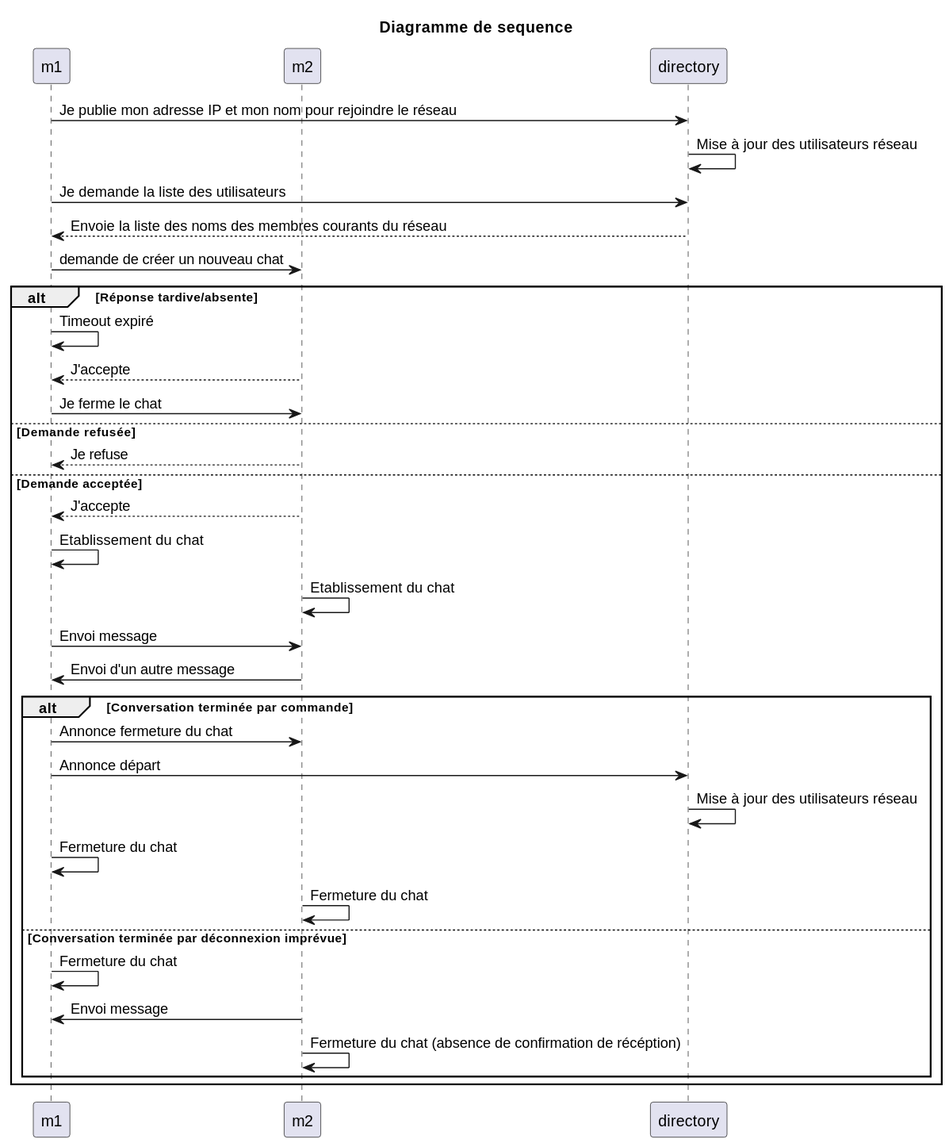
samuelroland/poneytoponey keeps this PlantUML diagram as docs/sequence.svg. Above is the earlier version.
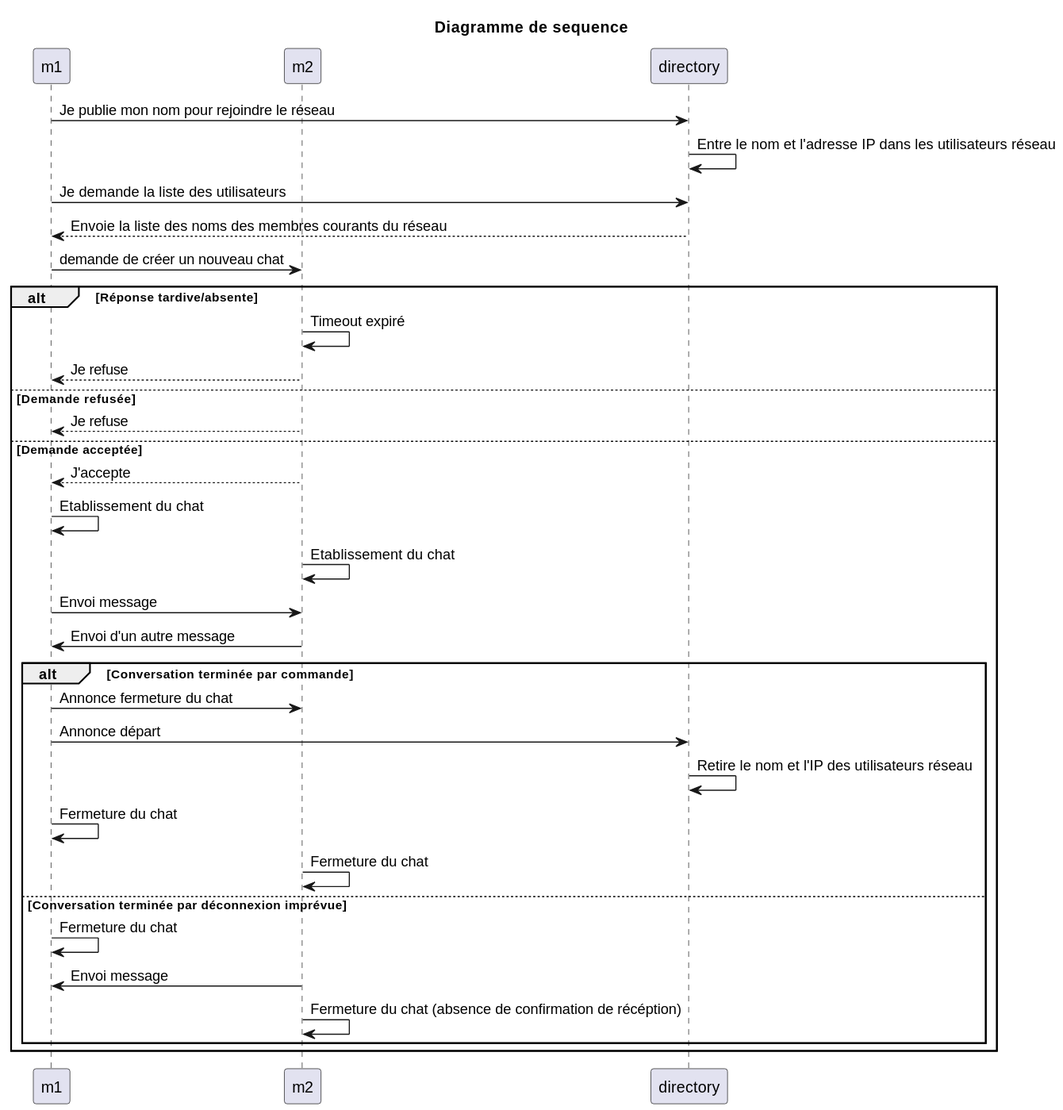
Above is the later version.

Commit message:
Correction diagramme séquence

The edit, as a diff of the source:
```diff
@@ -4,15 +4,15 @@
 participant "m2" as m2
 participant "directory" as registry
 
-m1->registry:Je publie mon adresse IP et mon nom pour rejoindre le réseau
-registry->registry:Mise à jour des utilisateurs réseau
+m1->registry:Je publie mon nom pour rejoindre le réseau
+registry->registry:Entre le nom et l'adresse IP dans les utilisateurs réseau
 m1-> registry: Je demande la liste des utilisateurs
 registry-->m1:Envoie la liste des noms des membres courants du réseau
 m1->m2:demande de créer un nouveau chat
 alt Réponse tardive/absente
-m1->m1: Timeout expiré
-m2-->m1: J'accepte
-m1->m2: Je ferme le chat
+m2->m2: Timeout expiré
+m2-->m1: Je refuse
+
 else Demande refusée
 m2-->m1:Je refuse
 else Demande acceptée
@@ -24,7 +24,7 @@
 alt Conversation terminée par commande
     m1->m2:Annonce fermeture du chat
     m1->registry:Annonce départ
-    registry->registry:Mise à jour des utilisateurs réseau
+    registry->registry:Retire le nom et l'IP des utilisateurs réseau
     m1->m1:Fermeture du chat
     m2->m2:Fermeture du chat
 else Conversation terminée par déconnexion imprévue
```
